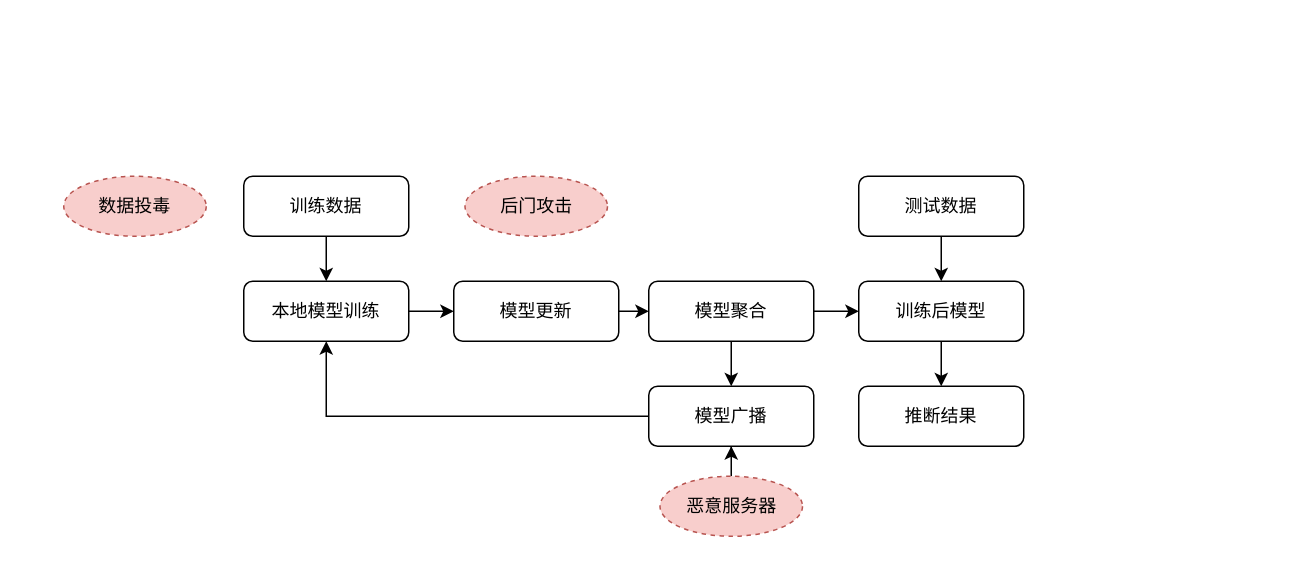
ShizhongP/dl-notes keeps this draw.io diagram as drawio/数据投毒.drawio. Above is the earlier version. Source tidied: cells renumbered, new cells numbered last; positions are measured from the earlier drawing's top-left corner, leaving out a move shared by most shapes. Both pictures are drawn from the tidied source at 150%, with x=0, y=0 at pixel (63, 176).
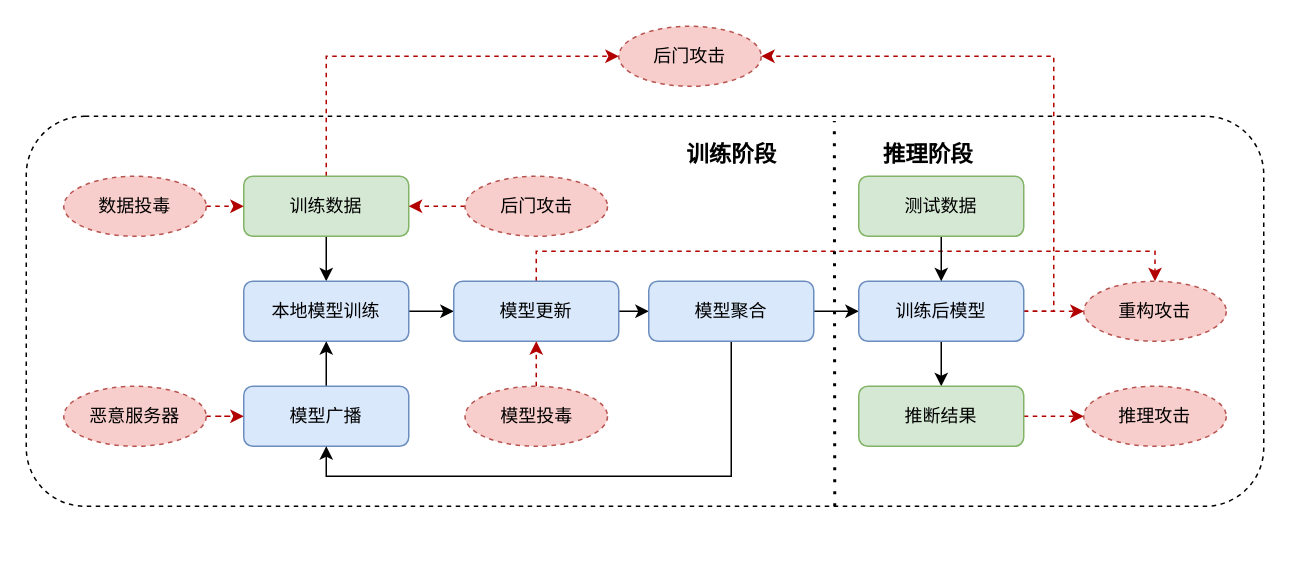
Above is the later version.

Commit message (it also covers changes not shown here):
更新数据投毒.drawio

The change refers to these unchanged cells:
```xml
<mxCell id="18" value="后门攻击" style="ellipse;whiteSpace=wrap;html=1;dashed=1;fillColor=#f8cecc;strokeColor=#b85450;" parent="1" vertex="1">
  <mxGeometry x="267.5" width="95" height="40" as="geometry" />
</mxCell>
<mxCell id="19" value="数据投毒" style="ellipse;whiteSpace=wrap;html=1;dashed=1;fillColor=#f8cecc;strokeColor=#b85450;" parent="1" vertex="1">
  <mxGeometry width="95" height="40" as="geometry" />
</mxCell>
```

Diff of the diagram source:
```diff
@@
+    <mxCell id="22" style="rounded=1;whiteSpace=wrap;html=1;dashed=1;" parent="1" vertex="1">
+      <mxGeometry x="-25" y="-40" width="825" height="260" as="geometry" />
+    </mxCell>
@@
+    <mxCell id="23" style="edgeStyle=orthogonalEdgeStyle;rounded=0;jettySize=auto;html=1;exitX=0.5;exitY=0;exitDx=0;exitDy=0;entryX=0;entryY=0.5;entryDx=0;entryDy=0;fillColor=#e51400;strokeColor=#B20000;dashed=1;" parent="1" edge="1" source="3" target="37">
+      <mxGeometry relative="1" as="geometry" />
+    </mxCell>
-    <mxCell id="3" value="训练数据" style="rounded=1;whiteSpace=wrap;html=1;" parent="1" vertex="1">
+    <mxCell id="3" value="训练数据" style="rounded=1;whiteSpace=wrap;html=1;fillColor=#d5e8d4;strokeColor=#82b366;" parent="1" vertex="1">
       <mxGeometry x="120" width="110" height="40" as="geometry" />
     </mxCell>
@@
-    <mxCell id="5" value="本地模型训练" style="rounded=1;whiteSpace=wrap;html=1;" parent="1" vertex="1">
+    <mxCell id="5" value="本地模型训练" style="rounded=1;whiteSpace=wrap;html=1;fillColor=#dae8fc;strokeColor=#6c8ebf;" parent="1" vertex="1">
       <mxGeometry x="120" y="70" width="110" height="40" as="geometry" />
     </mxCell>
-    <mxCell id="6" style="edgeStyle=orthogonalEdgeStyle;rounded=0;jettySize=auto;html=1;exitX=0;exitY=0.5;exitDx=0;exitDy=0;entryX=0.5;entryY=1;entryDx=0;entryDy=0;" parent="1" edge="1" source="7" target="5">
+    <mxCell id="6" style="edgeStyle=orthogonalEdgeStyle;rounded=0;jettySize=auto;html=1;exitX=0.5;exitY=0;exitDx=0;exitDy=0;entryX=0.5;entryY=1;entryDx=0;entryDy=0;" parent="1" edge="1" source="7" target="5">
       <mxGeometry relative="1" as="geometry" />
     </mxCell>
-    <mxCell id="7" value="模型广播" style="rounded=1;whiteSpace=wrap;html=1;" parent="1" vertex="1">
-      <mxGeometry x="390" y="140" width="110" height="40" as="geometry" />
+    <mxCell id="7" value="模型广播" style="rounded=1;whiteSpace=wrap;html=1;fillColor=#dae8fc;strokeColor=#6c8ebf;" parent="1" vertex="1">
+      <mxGeometry x="120" y="140" width="110" height="40" as="geometry" />
     </mxCell>
@@
+    <mxCell id="24" style="edgeStyle=orthogonalEdgeStyle;rounded=0;jettySize=auto;html=1;exitX=0.5;exitY=0;exitDx=0;exitDy=0;entryX=0.5;entryY=0;entryDx=0;entryDy=0;dashed=1;fillColor=#e51400;strokeColor=#B20000;" parent="1" edge="1" source="9" target="32">
+      <mxGeometry relative="1" as="geometry" />
+    </mxCell>
-    <mxCell id="9" value="模型更新" style="rounded=1;whiteSpace=wrap;html=1;" parent="1" vertex="1">
+    <mxCell id="9" value="模型更新" style="rounded=1;whiteSpace=wrap;html=1;fillColor=#dae8fc;strokeColor=#6c8ebf;" parent="1" vertex="1">
       <mxGeometry x="260" y="70" width="110" height="40" as="geometry" />
     </mxCell>
+    <mxCell id="11" style="edgeStyle=orthogonalEdgeStyle;rounded=0;jettySize=auto;html=1;exitX=1;exitY=0.5;exitDx=0;exitDy=0;entryX=0;entryY=0.5;entryDx=0;entryDy=0;" parent="1" edge="1" source="12" target="14">
+      <mxGeometry relative="1" as="geometry" />
+    </mxCell>
-    <mxCell id="10" style="edgeStyle=orthogonalEdgeStyle;rounded=0;jettySize=auto;html=1;exitX=0.5;exitY=1;exitDx=0;exitDy=0;entryX=0.5;entryY=0;entryDx=0;entryDy=0;" parent="1" edge="1" source="12" target="7">
+    <mxCell id="10" style="edgeStyle=orthogonalEdgeStyle;rounded=0;jettySize=auto;html=1;exitX=0.5;exitY=1;exitDx=0;exitDy=0;entryX=0.5;entryY=1;entryDx=0;entryDy=0;" parent="1" edge="1" source="12" target="7">
       <mxGeometry relative="1" as="geometry" />
     </mxCell>
-    <mxCell id="11" style="edgeStyle=orthogonalEdgeStyle;rounded=0;jettySize=auto;html=1;exitX=1;exitY=0.5;exitDx=0;exitDy=0;entryX=0;entryY=0.5;entryDx=0;entryDy=0;" parent="1" edge="1" source="12" target="14">
-      <mxGeometry relative="1" as="geometry" />
-    </mxCell>
-    <mxCell id="12" value="模型聚合" style="rounded=1;whiteSpace=wrap;html=1;" parent="1" vertex="1">
+    <mxCell id="12" value="模型聚合" style="rounded=1;whiteSpace=wrap;html=1;fillColor=#dae8fc;strokeColor=#6c8ebf;" parent="1" vertex="1">
       <mxGeometry x="390" y="70" width="110" height="40" as="geometry" />
     </mxCell>
@@
+    <mxCell id="25" style="edgeStyle=orthogonalEdgeStyle;rounded=0;jettySize=auto;html=1;exitX=1;exitY=0.5;exitDx=0;exitDy=0;entryX=0;entryY=0.5;entryDx=0;entryDy=0;fillColor=#e51400;strokeColor=#B20000;dashed=1;" parent="1" edge="1" source="14" target="32">
+      <mxGeometry relative="1" as="geometry" />
+    </mxCell>
+    <mxCell id="26" style="edgeStyle=orthogonalEdgeStyle;rounded=0;jettySize=auto;html=1;exitX=1;exitY=0.5;exitDx=0;exitDy=0;entryX=1;entryY=0.5;entryDx=0;entryDy=0;fillColor=#e51400;strokeColor=#B20000;dashed=1;" parent="1" edge="1" source="14" target="37">
+      <mxGeometry relative="1" as="geometry" />
+    </mxCell>
-    <mxCell id="14" value="训练后模型" style="rounded=1;whiteSpace=wrap;html=1;" parent="1" vertex="1">
+    <mxCell id="14" value="训练后模型" style="rounded=1;whiteSpace=wrap;html=1;fillColor=#dae8fc;strokeColor=#6c8ebf;" parent="1" vertex="1">
       <mxGeometry x="530" y="70" width="110" height="40" as="geometry" />
     </mxCell>
@@
-    <mxCell id="16" value="测试数据" style="rounded=1;whiteSpace=wrap;html=1;" parent="1" vertex="1">
+    <mxCell id="16" value="测试数据" style="rounded=1;whiteSpace=wrap;html=1;fillColor=#d5e8d4;strokeColor=#82b366;" parent="1" vertex="1">
       <mxGeometry x="530" width="110" height="40" as="geometry" />
     </mxCell>
+    <mxCell id="27" style="edgeStyle=orthogonalEdgeStyle;rounded=0;jettySize=auto;html=1;exitX=1;exitY=0.5;exitDx=0;exitDy=0;entryX=0;entryY=0.5;entryDx=0;entryDy=0;dashed=1;fillColor=#e51400;strokeColor=#B20000;" parent="1" edge="1" source="17" target="31">
+      <mxGeometry relative="1" as="geometry" />
+    </mxCell>
-    <mxCell id="17" value="推断结果" style="rounded=1;whiteSpace=wrap;html=1;" parent="1" vertex="1">
+    <mxCell id="17" value="推断结果" style="rounded=1;whiteSpace=wrap;html=1;fillColor=#d5e8d4;strokeColor=#82b366;" parent="1" vertex="1">
       <mxGeometry x="530" y="140" width="110" height="40" as="geometry" />
     </mxCell>
+    <mxCell id="28" style="edgeStyle=orthogonalEdgeStyle;rounded=0;jettySize=auto;html=1;exitX=0;exitY=0.5;exitDx=0;exitDy=0;entryX=1;entryY=0.5;entryDx=0;entryDy=0;fillColor=#e51400;strokeColor=#B20000;dashed=1;" parent="1" edge="1" source="18" target="3">
+      <mxGeometry relative="1" as="geometry" />
+    </mxCell>
@@
+    <mxCell id="29" style="edgeStyle=orthogonalEdgeStyle;rounded=0;jettySize=auto;html=1;exitX=1;exitY=0.5;exitDx=0;exitDy=0;entryX=0;entryY=0.5;entryDx=0;entryDy=0;fillColor=#e51400;strokeColor=#B20000;dashed=1;" parent="1" edge="1" source="19" target="3">
+      <mxGeometry relative="1" as="geometry" />
+    </mxCell>
@@
-    <mxCell id="20" style="edgeStyle=orthogonalEdgeStyle;rounded=0;jettySize=auto;html=1;entryX=0.5;entryY=1;entryDx=0;entryDy=0;" parent="1" edge="1" source="21" target="7">
+    <mxCell id="20" style="edgeStyle=orthogonalEdgeStyle;rounded=0;jettySize=auto;html=1;entryX=0;entryY=0.5;entryDx=0;entryDy=0;fillColor=#e51400;strokeColor=#B20000;dashed=1;" parent="1" edge="1" source="21" target="7">
       <mxGeometry relative="1" as="geometry" />
     </mxCell>
     <mxCell id="21" value="恶意服务器" style="ellipse;whiteSpace=wrap;html=1;dashed=1;fillColor=#f8cecc;strokeColor=#b85450;" parent="1" vertex="1">
-      <mxGeometry x="397.5" y="200" width="95" height="40" as="geometry" />
+      <mxGeometry y="140" width="95" height="40" as="geometry" />
     </mxCell>
+    <mxCell id="30" style="endArrow=none;dashed=1;html=1;dashPattern=1 3;strokeWidth=2;rounded=0;entryX=0.653;entryY=0.012;entryDx=0;entryDy=0;entryPerimeter=0;" parent="1" edge="1" target="22">
+      <mxGeometry relative="1" as="geometry">
+        <mxPoint x="514" y="220" as="sourcePoint" />
+      </mxGeometry>
+    </mxCell>
+    <mxCell id="31" value="推理攻击" style="ellipse;whiteSpace=wrap;html=1;dashed=1;fillColor=#f8cecc;strokeColor=#b85450;" parent="1" vertex="1">
+      <mxGeometry x="680" y="140" width="95" height="40" as="geometry" />
+    </mxCell>
+    <mxCell id="32" value="重构攻击" style="ellipse;whiteSpace=wrap;html=1;dashed=1;fillColor=#f8cecc;strokeColor=#b85450;" parent="1" vertex="1">
+      <mxGeometry x="680" y="70" width="95" height="40" as="geometry" />
+    </mxCell>
+    <mxCell id="33" style="edgeStyle=orthogonalEdgeStyle;rounded=0;jettySize=auto;html=1;exitX=0.5;exitY=0;exitDx=0;exitDy=0;entryX=0.5;entryY=1;entryDx=0;entryDy=0;fillColor=#e51400;strokeColor=#B20000;dashed=1;" parent="1" edge="1" source="34" target="9">
+      <mxGeometry relative="1" as="geometry" />
+    </mxCell>
+    <mxCell id="34" value="模型投毒" style="ellipse;whiteSpace=wrap;html=1;dashed=1;fillColor=#f8cecc;strokeColor=#b85450;" parent="1" vertex="1">
+      <mxGeometry x="267.5" y="140" width="95" height="40" as="geometry" />
+    </mxCell>
+    <mxCell id="35" value="&lt;b&gt;&lt;font style=&quot;font-size: 15px;&quot;&gt;训练阶段&lt;/font&gt;&lt;/b&gt;" style="text;html=1;align=center;verticalAlign=middle;whiteSpace=wrap;rounded=0;" parent="1" vertex="1">
+      <mxGeometry x="398.8" y="-30" width="92.5" height="30" as="geometry" />
+    </mxCell>
+    <mxCell id="36" value="&lt;b&gt;&lt;font style=&quot;font-size: 15px;&quot;&gt;推理阶段&lt;/font&gt;&lt;/b&gt;" style="text;html=1;align=center;verticalAlign=middle;whiteSpace=wrap;rounded=0;" parent="1" vertex="1">
+      <mxGeometry x="530" y="-30" width="92.5" height="30" as="geometry" />
+    </mxCell>
+    <mxCell id="37" value="后门攻击" style="ellipse;whiteSpace=wrap;html=1;dashed=1;fillColor=#f8cecc;strokeColor=#b85450;" parent="1" vertex="1">
+      <mxGeometry x="370" y="-100" width="95" height="40" as="geometry" />
+    </mxCell>
```
